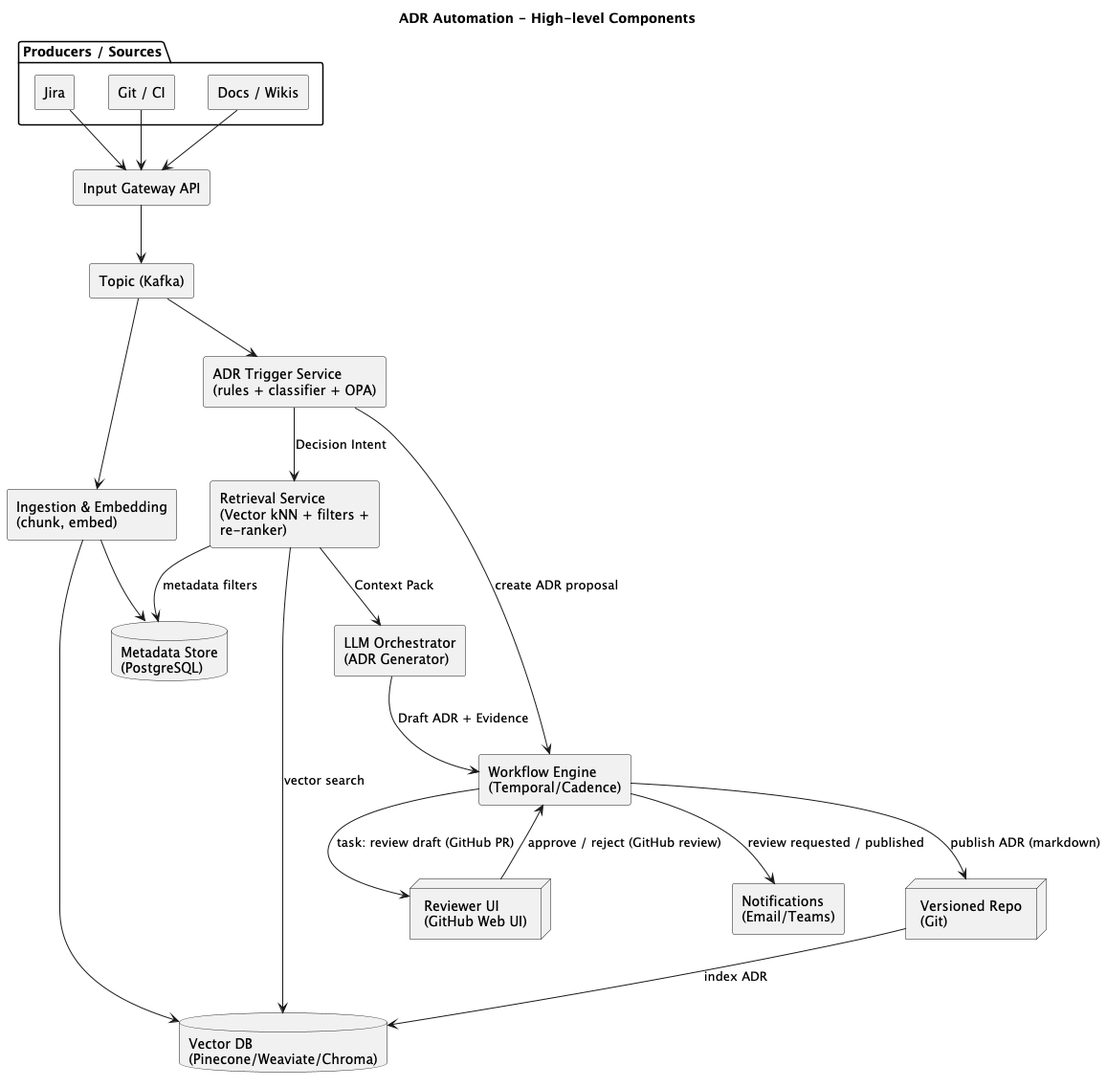
Before: docs/ADR-version2-ADR_Automation___High_level_Components.png, a diagram exported from PlantUML (dblanari/ADR-Copilot).
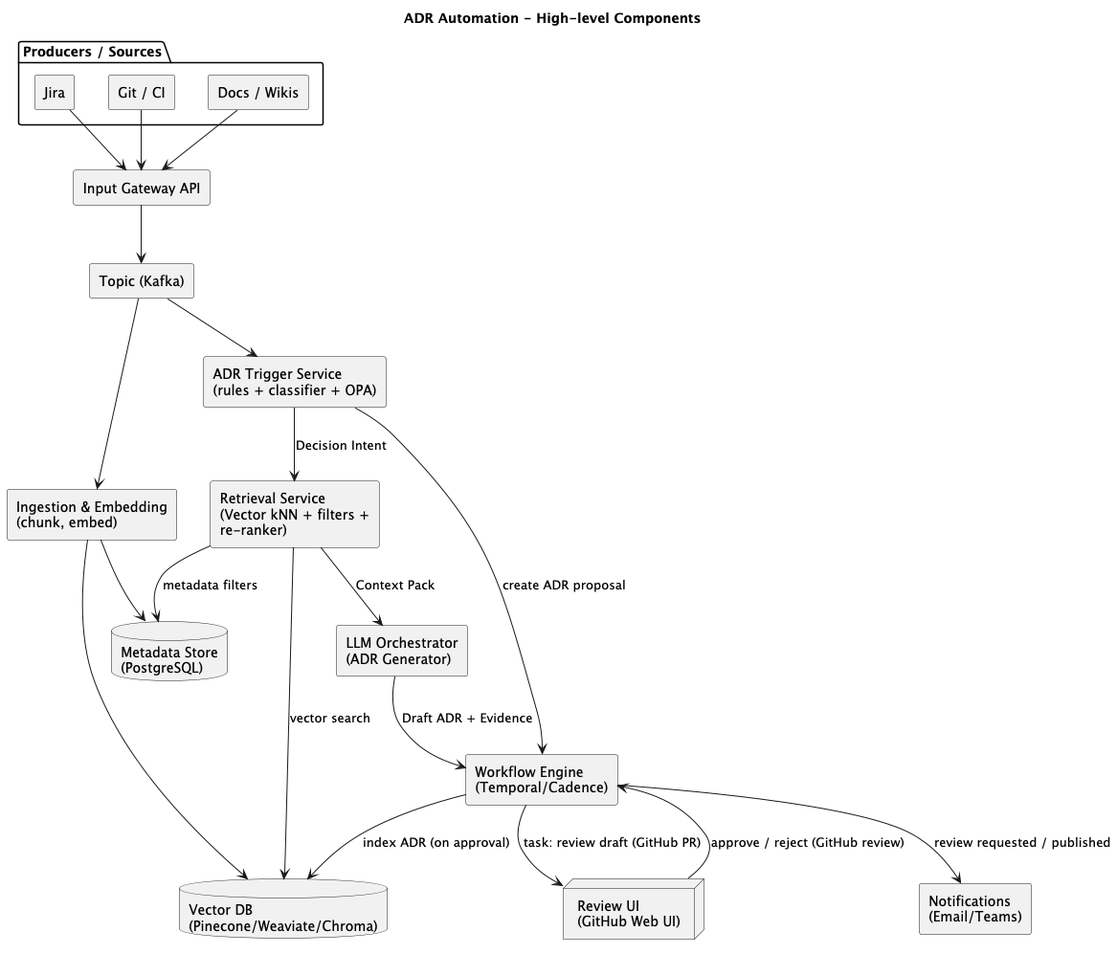
After the commit.

Diff of the diagram source:
```diff
@@ -18,9 +18,8 @@
 component "Retrieval Service\n(Vector kNN + filters + re-ranker)" as RETR
 component "LLM Orchestrator\n(ADR Generator)" as LLM
 component "Workflow Engine\n(Temporal/Cadence)" as WF
-node "Reviewer UI\n(GitHub Web UI)" as UI
+node "Review UI\n(GitHub Web UI)" as REVIEW_UI
 component "Notifications\n(Email/Teams)" as NOTIF
-node "Versioned Repo\n(Git)" as GITREPO
 
 JIRA --> GATEWAY
 GIT --> GATEWAY
@@ -41,10 +40,9 @@
 
 LLM --> WF : Draft ADR + Evidence
 
-WF --> UI : task: review draft (GitHub PR)
-UI --> WF : approve / reject (GitHub review)
-WF --> GITREPO : publish ADR (markdown)
-GITREPO --> VDB : index ADR
+WF --> REVIEW_UI : task: review draft (GitHub PR)
+REVIEW_UI --> WF : approve / reject (GitHub review)
+WF --> VDB : index ADR (on approval)
 
 WF --> NOTIF : review requested / published
 @enduml
```
